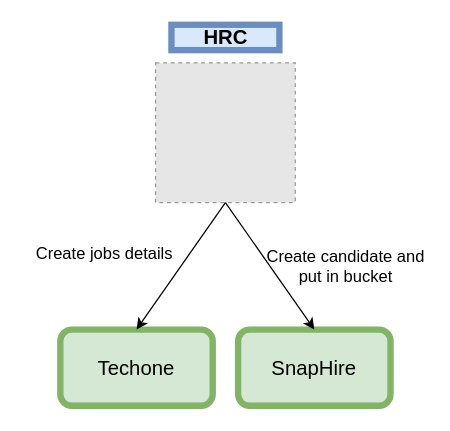
Before: Untitled Diagram.drawio in andrep2208/helloworld, a draw.io diagram. Source tidied: cells renumbered, new cells numbered last; positions are measured from the earlier drawing's top-left corner, leaving out a move shared by most shapes. Both pictures are drawn from the tidied source at 127%, with x=0, y=0 at pixel (22, 24). Pictures stored in the file or linked from it are replaced by grey dashed boxes.
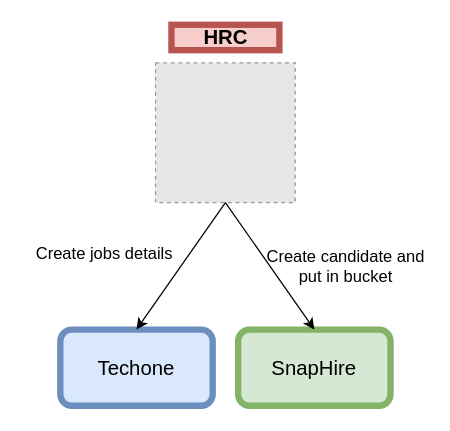
After the change.

What changed in the source:
```diff
@@
 <mxGraphModel>
   <root>
     <mxCell id="0" />
     <mxCell id="1" parent="0" />
     <mxCell id="2" style="fillColor=#E6E6E6;strokeColor=#999999;dashed=1;html=1;verticalAlign=top;verticalLabelPosition=bottom;labelBackgroundColor=#ffffff;" parent="1" vertex="1">
       <mxGeometry x="105" y="30" width="110" height="110" as="geometry" />
     </mxCell>
-    <mxCell id="3" value="HRC" style="text;html=1;strokeColor=#6c8ebf;fillColor=#dae8fc;align=center;verticalAlign=middle;whiteSpace=wrap;rounded=0;strokeWidth=5;fontStyle=1;fontSize=16;" parent="1" vertex="1">
+    <mxCell id="3" value="HRC" style="text;html=1;strokeColor=#b85450;fillColor=#f8cecc;align=center;verticalAlign=middle;whiteSpace=wrap;rounded=0;strokeWidth=5;fontStyle=1;fontSize=16;" parent="1" vertex="1">
       <mxGeometry x="117.5" width="85" height="20" as="geometry" />
     </mxCell>
     <mxCell id="4" value="SnapHire" style="rounded=1;whiteSpace=wrap;html=1;fontSize=16;strokeWidth=5;align=center;fillColor=#d5e8d4;strokeColor=#82b366;" parent="1" vertex="1">
       <mxGeometry x="170" y="240" width="120" height="60" as="geometry" />
     </mxCell>
-    <mxCell id="5" value="Techone" style="rounded=1;whiteSpace=wrap;html=1;fontSize=16;strokeWidth=5;align=center;fillColor=#d5e8d4;strokeColor=#82b366;" parent="1" vertex="1">
+    <mxCell id="5" value="Techone" style="rounded=1;whiteSpace=wrap;html=1;fontSize=16;strokeWidth=5;align=center;fillColor=#dae8fc;strokeColor=#6c8ebf;" parent="1" vertex="1">
       <mxGeometry x="30" y="240" width="120" height="60" as="geometry" />
     </mxCell>
     <mxCell id="6" style="endArrow=classic;html=1;fontSize=16;fontColor=#000000;exitX=0.5;exitY=1;exitDx=0;exitDy=0;entryX=0.5;entryY=0;entryDx=0;entryDy=0;" parent="1" edge="1" source="2" target="5">
       <mxGeometry relative="1" as="geometry" />
     </mxCell>
     <mxCell id="7" style="endArrow=classic;html=1;fontSize=16;fontColor=#000000;exitX=0.5;exitY=1;exitDx=0;exitDy=0;entryX=0.5;entryY=0;entryDx=0;entryDy=0;" parent="1" edge="1" source="2" target="4">
       <mxGeometry relative="1" as="geometry" />
     </mxCell>
     <mxCell id="8" value="Create jobs details" style="text;html=1;strokeColor=none;fillColor=none;align=center;verticalAlign=middle;whiteSpace=wrap;rounded=0;fontSize=13;fontColor=#000000;strokeWidth=1;" parent="1" vertex="1">
       <mxGeometry y="160" width="130" height="40" as="geometry" />
     </mxCell>
     <mxCell id="9" value="Create candidate and put in bucket" style="text;html=1;strokeColor=none;fillColor=none;align=center;verticalAlign=middle;whiteSpace=wrap;rounded=0;fontSize=13;fontColor=#000000;strokeWidth=1;" parent="1" vertex="1">
       <mxGeometry x="190" y="170" width="130" height="40" as="geometry" />
     </mxCell>
   </root>
 </mxGraphModel>
```
